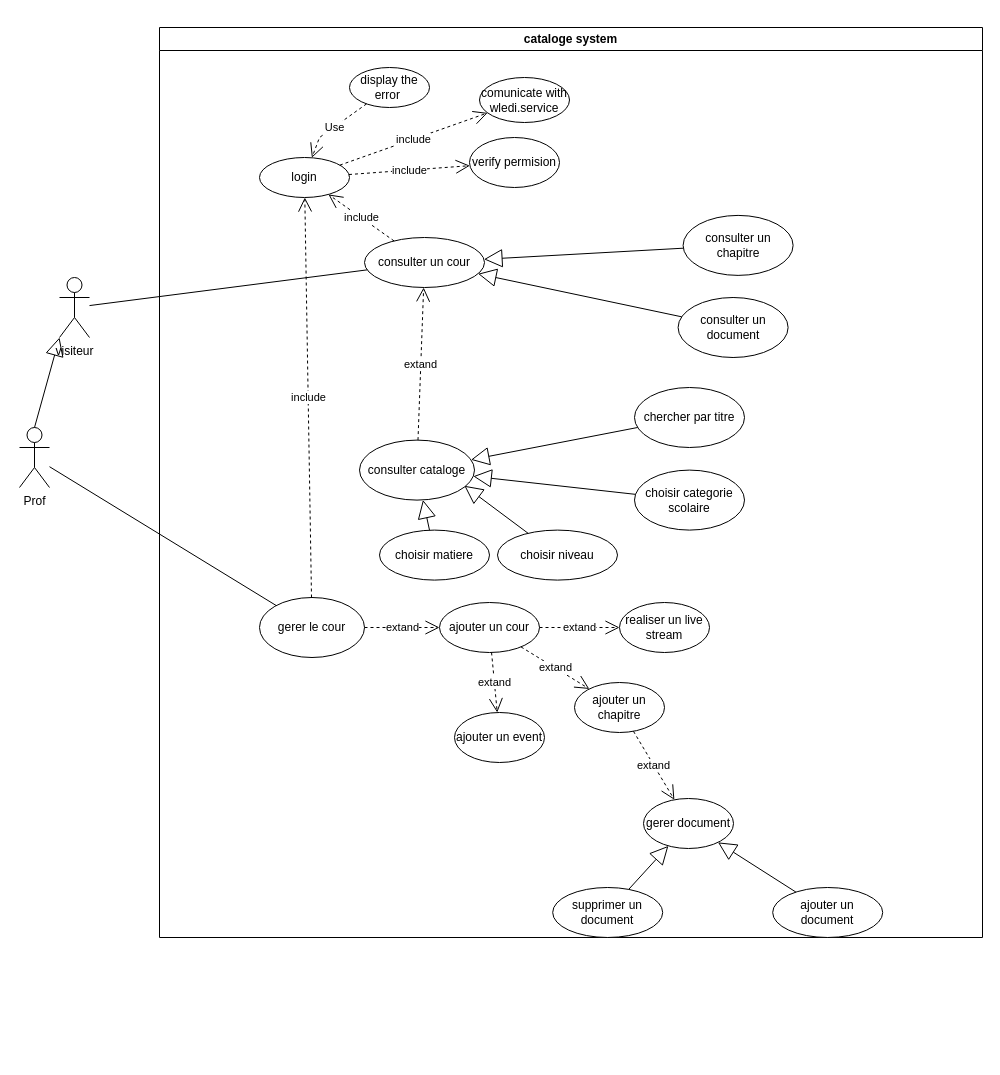
The draw.io diagram use_case_catalog.drawio in faresUnderScore999/test1.0, before the edit. Source tidied: cells renumbered, new cells numbered last; positions are measured from the earlier drawing's top-left corner, leaving out a move shared by most shapes. Both pictures are drawn from the tidied source at 100%, with x=0, y=0 at pixel (19, 27).
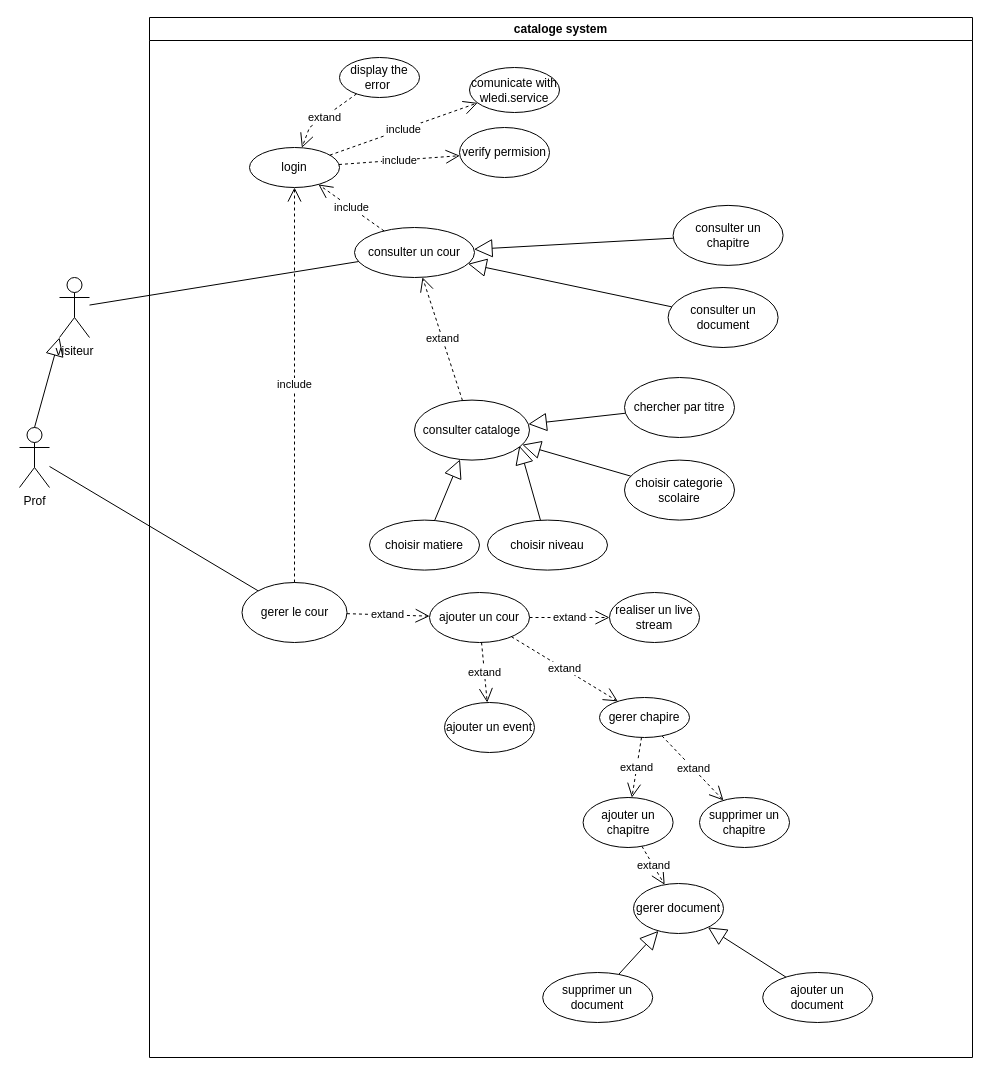
After the change.

Commit message (it also covers changes not shown here):
Mettre à jour use_case_catalog.drawio

Unchanged cells that the change refers to:
```xml
<mxCell id="4" value="login" style="ellipse;whiteSpace=wrap;html=1;" parent="3" vertex="1">
  <mxGeometry x="100" y="130" width="90" height="40" as="geometry" />
</mxCell>
<mxCell id="9" value="display the error&amp;nbsp;" style="ellipse;whiteSpace=wrap;html=1;" parent="3" vertex="1">
  <mxGeometry x="190" y="40" width="80" height="40" as="geometry" />
</mxCell>
<mxCell id="24" value="ajouter un cour" style="ellipse;whiteSpace=wrap;html=1;" parent="3" vertex="1">
  <mxGeometry x="280" y="575" width="100" height="50" as="geometry" />
</mxCell>
```

Change to the diagram source:
```diff
@@
     <mxCell id="3" value="cataloge system" style="swimlane;whiteSpace=wrap;html=1;" parent="1" vertex="1">
-      <mxGeometry x="140" width="823" height="910" as="geometry" />
+      <mxGeometry x="130" y="-10" width="823" height="1040" as="geometry" />
     </mxCell>
@@
-    <mxCell id="10" value="Use" style="endArrow=open;endSize=12;dashed=1;html=1;rounded=0;" parent="3" edge="1" source="9" target="4">
+    <mxCell id="10" value="extand" style="endArrow=open;endSize=12;dashed=1;html=1;rounded=0;" parent="3" edge="1" source="9" target="4">
       <mxGeometry relative="1" as="geometry">
         <Array as="points">
           <mxPoint x="160" y="110" />
         </Array>
       </mxGeometry>
     </mxCell>
@@
     <mxCell id="13" value="consulter cataloge" style="ellipse;whiteSpace=wrap;html=1;" parent="3" vertex="1">
-      <mxGeometry x="200" y="412.6" width="115" height="60" as="geometry" />
+      <mxGeometry x="265" y="382.6" width="115" height="60" as="geometry" />
     </mxCell>
@@
     <mxCell id="23" value="gerer le cour" style="ellipse;whiteSpace=wrap;html=1;" parent="3" vertex="1">
-      <mxGeometry x="100" y="570" width="105" height="60" as="geometry" />
+      <mxGeometry x="92.5" y="565" width="105" height="60" as="geometry" />
     </mxCell>
@@
     <mxCell id="25" value="ajouter un chapitre" style="ellipse;whiteSpace=wrap;html=1;" parent="3" vertex="1">
-      <mxGeometry x="415" y="655" width="90" height="50" as="geometry" />
+      <mxGeometry x="433.6" y="780" width="90" height="50" as="geometry" />
     </mxCell>
@@
-    <mxCell id="29" value="extand" style="endArrow=open;endSize=12;dashed=1;html=1;rounded=0;" parent="3" edge="1" source="24" target="25">
+    <mxCell id="29" value="extand" style="endArrow=open;endSize=12;dashed=1;html=1;rounded=0;" parent="3" edge="1" source="49" target="25">
       <mxGeometry relative="1" as="geometry" />
     </mxCell>
     <mxCell id="30" value="gerer document" style="ellipse;whiteSpace=wrap;html=1;" parent="3" vertex="1">
-      <mxGeometry x="484" y="771" width="90" height="50" as="geometry" />
+      <mxGeometry x="484" y="866" width="90" height="50" as="geometry" />
     </mxCell>
@@
     <mxCell id="32" value="ajouter un document" style="ellipse;whiteSpace=wrap;html=1;" parent="3" vertex="1">
-      <mxGeometry x="613.2" y="860" width="110" height="50" as="geometry" />
+      <mxGeometry x="613.2" y="955" width="110" height="50" as="geometry" />
     </mxCell>
@@
     <mxCell id="34" value="supprimer un document" style="ellipse;whiteSpace=wrap;html=1;" parent="3" vertex="1">
-      <mxGeometry x="393.2" y="860" width="110" height="50" as="geometry" />
+      <mxGeometry x="393.2" y="955" width="110" height="50" as="geometry" />
     </mxCell>
@@
+    <mxCell id="47" value="supprimer un chapitre" style="ellipse;whiteSpace=wrap;html=1;" parent="3" vertex="1">
+      <mxGeometry x="550" y="780" width="90" height="50" as="geometry" />
+    </mxCell>
+    <mxCell id="48" value="extand" style="endArrow=open;endSize=12;dashed=1;html=1;rounded=0;" parent="3" edge="1" source="49" target="47">
+      <mxGeometry relative="1" as="geometry" />
+    </mxCell>
+    <mxCell id="49" value="gerer chapire" style="ellipse;whiteSpace=wrap;html=1;" parent="3" vertex="1">
+      <mxGeometry x="450" y="680" width="90" height="40" as="geometry" />
+    </mxCell>
+    <mxCell id="50" value="extand" style="endArrow=open;endSize=12;dashed=1;html=1;rounded=0;" parent="3" edge="1" source="24" target="49">
+      <mxGeometry relative="1" as="geometry" />
+    </mxCell>
```
